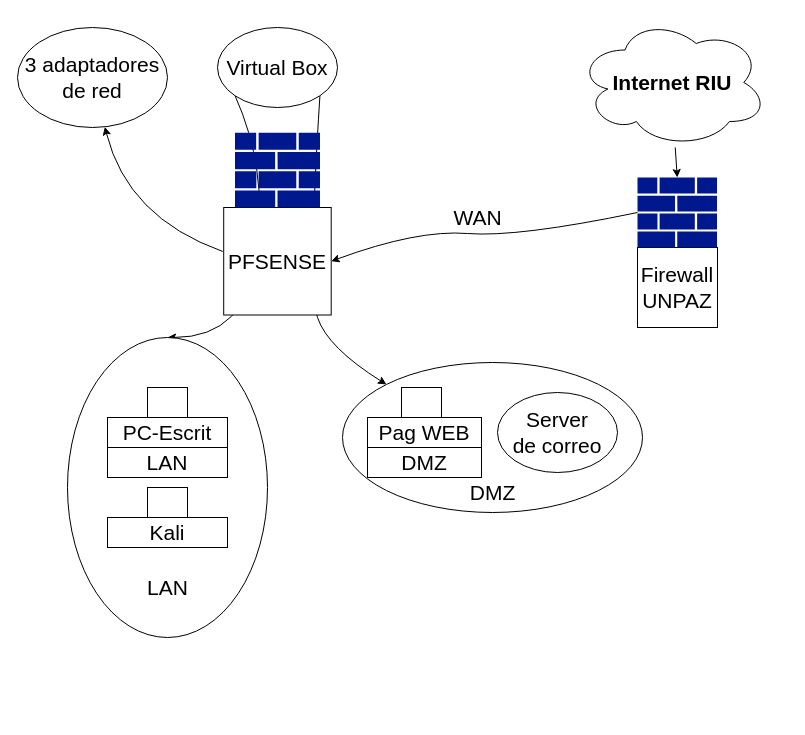
The draw.io diagram Diagrama sin título.drawio in Queche120/QuecheDev, before the edit. Source tidied: cells renumbered, new cells numbered last; positions are measured from the earlier drawing's top-left corner, leaving out a move shared by most shapes. Both pictures are drawn from the tidied source at 100%, with x=0, y=0 at pixel (17, 17).
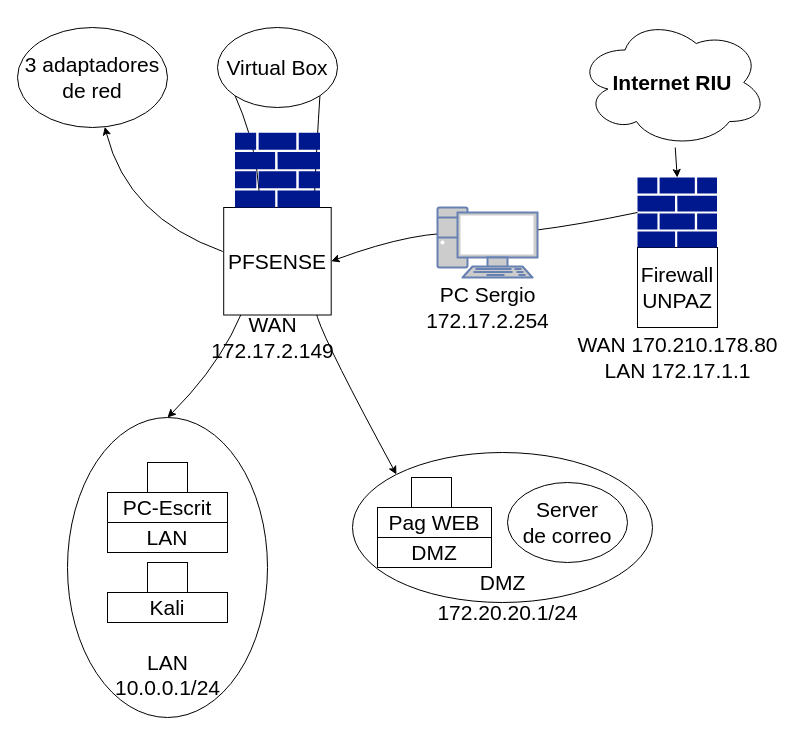
Above is the later version.

Change to the diagram source:
```diff
@@
-    <mxCell id="9" value="WAN" style="text;html=1;align=center;verticalAlign=middle;strokeColor=none;fillColor=none;fontSize=21;" parent="1" vertex="1">
-      <mxGeometry x="425" y="180" width="70" height="40" as="geometry" />
-    </mxCell>
@@
     <mxCell id="13" style="ellipse;whiteSpace=wrap;html=1;fontSize=21;" parent="1" vertex="1">
-      <mxGeometry x="50" y="320" width="200" height="300" as="geometry" />
+      <mxGeometry x="50" y="400" width="200" height="300" as="geometry" />
     </mxCell>
     <mxCell id="14" style="ellipse;whiteSpace=wrap;html=1;fontSize=21;rotation=-90;" parent="1" vertex="1">
-      <mxGeometry x="400" y="270" width="150" height="300" as="geometry" />
+      <mxGeometry x="410" y="360" width="150" height="300" as="geometry" />
     </mxCell>
@@
     <mxCell id="17" style="rounded=0;whiteSpace=wrap;html=1;fontSize=21;" parent="1" vertex="1">
-      <mxGeometry x="130" y="370" width="40" height="30" as="geometry" />
+      <mxGeometry x="130" y="445" width="40" height="30" as="geometry" />
     </mxCell>
     <mxCell id="18" value="PC-Escrit" style="rounded=0;whiteSpace=wrap;html=1;fontSize=21;" parent="1" vertex="1">
-      <mxGeometry x="90" y="400" width="120" height="30" as="geometry" />
+      <mxGeometry x="90" y="475" width="120" height="30" as="geometry" />
     </mxCell>
     <mxCell id="19" value="LAN" style="rounded=0;whiteSpace=wrap;html=1;fontSize=21;" parent="1" vertex="1">
-      <mxGeometry x="90" y="430" width="120" height="30" as="geometry" />
+      <mxGeometry x="90" y="505" width="120" height="30" as="geometry" />
     </mxCell>
     <mxCell id="20" style="rounded=0;whiteSpace=wrap;html=1;fontSize=21;" parent="1" vertex="1">
-      <mxGeometry x="130" y="470" width="40" height="30" as="geometry" />
+      <mxGeometry x="130" y="545" width="40" height="30" as="geometry" />
     </mxCell>
     <mxCell id="21" value="Kali" style="rounded=0;whiteSpace=wrap;html=1;fontSize=21;" parent="1" vertex="1">
-      <mxGeometry x="90" y="500" width="120" height="30" as="geometry" />
+      <mxGeometry x="90" y="575" width="120" height="30" as="geometry" />
     </mxCell>
     <mxCell id="22" value="LAN" style="text;html=1;align=center;verticalAlign=middle;strokeColor=none;fillColor=none;fontSize=21;" parent="1" vertex="1">
-      <mxGeometry x="120" y="550" width="60" height="40" as="geometry" />
+      <mxGeometry x="120" y="625" width="60" height="40" as="geometry" />
     </mxCell>
     <mxCell id="23" style="rounded=0;whiteSpace=wrap;html=1;fontSize=21;" parent="1" vertex="1">
-      <mxGeometry x="384" y="370" width="40" height="30" as="geometry" />
+      <mxGeometry x="394" y="460" width="40" height="30" as="geometry" />
     </mxCell>
     <mxCell id="24" value="Pag WEB" style="rounded=0;whiteSpace=wrap;html=1;fontSize=21;" parent="1" vertex="1">
-      <mxGeometry x="350" y="400" width="114" height="30" as="geometry" />
+      <mxGeometry x="360" y="490" width="114" height="30" as="geometry" />
     </mxCell>
     <mxCell id="25" value="DMZ" style="rounded=0;whiteSpace=wrap;html=1;fontSize=21;" parent="1" vertex="1">
-      <mxGeometry x="350" y="430" width="114" height="30" as="geometry" />
+      <mxGeometry x="360" y="520" width="114" height="30" as="geometry" />
     </mxCell>
     <mxCell id="26" value="Server&lt;br&gt;de correo" style="ellipse;whiteSpace=wrap;html=1;fontSize=21;" parent="1" vertex="1">
-      <mxGeometry x="480" y="375" width="120" height="80" as="geometry" />
+      <mxGeometry x="490" y="465" width="120" height="80" as="geometry" />
     </mxCell>
     <mxCell id="27" value="DMZ" style="text;html=1;align=center;verticalAlign=middle;strokeColor=none;fillColor=none;fontSize=21;" parent="1" vertex="1">
-      <mxGeometry x="440" y="455" width="70" height="40" as="geometry" />
+      <mxGeometry x="450" y="545" width="70" height="40" as="geometry" />
     </mxCell>
@@
+    <mxCell id="30" value="WAN 170.210.178.80&lt;br&gt;LAN 172.17.1.1" style="text;html=1;align=center;verticalAlign=middle;strokeColor=none;fillColor=none;fontSize=21;" parent="1" vertex="1">
+      <mxGeometry x="550" y="310" width="220" height="60" as="geometry" />
+    </mxCell>
+    <mxCell id="31" style="fontColor=#0066CC;verticalAlign=top;verticalLabelPosition=bottom;labelPosition=center;align=center;html=1;fillColor=#CCCCCC;strokeColor=#6881B3;gradientColor=none;gradientDirection=north;strokeWidth=2;shape=mxgraph.networks.pc;fontSize=21;" parent="1" vertex="1">
+      <mxGeometry x="420" y="190" width="100" height="70" as="geometry" />
+    </mxCell>
+    <mxCell id="32" value="PC Sergio&lt;br&gt;172.17.2.254" style="text;html=1;align=center;verticalAlign=middle;strokeColor=none;fillColor=none;fontSize=21;" parent="1" vertex="1">
+      <mxGeometry x="395" y="260" width="150" height="60" as="geometry" />
+    </mxCell>
+    <mxCell id="33" value="WAN&lt;br&gt;172.17.2.149" style="text;html=1;align=center;verticalAlign=middle;strokeColor=none;fillColor=none;fontSize=21;" parent="1" vertex="1">
+      <mxGeometry x="180" y="290" width="150" height="60" as="geometry" />
+    </mxCell>
+    <mxCell id="34" value="10.0.0.1/24" style="text;html=1;align=center;verticalAlign=middle;strokeColor=none;fillColor=none;fontSize=21;" parent="1" vertex="1">
+      <mxGeometry x="85" y="650" width="130" height="40" as="geometry" />
+    </mxCell>
+    <mxCell id="35" value="172.20.20.1/24" style="text;html=1;align=center;verticalAlign=middle;strokeColor=none;fillColor=none;fontSize=21;" parent="1" vertex="1">
+      <mxGeometry x="410" y="575" width="160" height="40" as="geometry" />
+    </mxCell>
```
